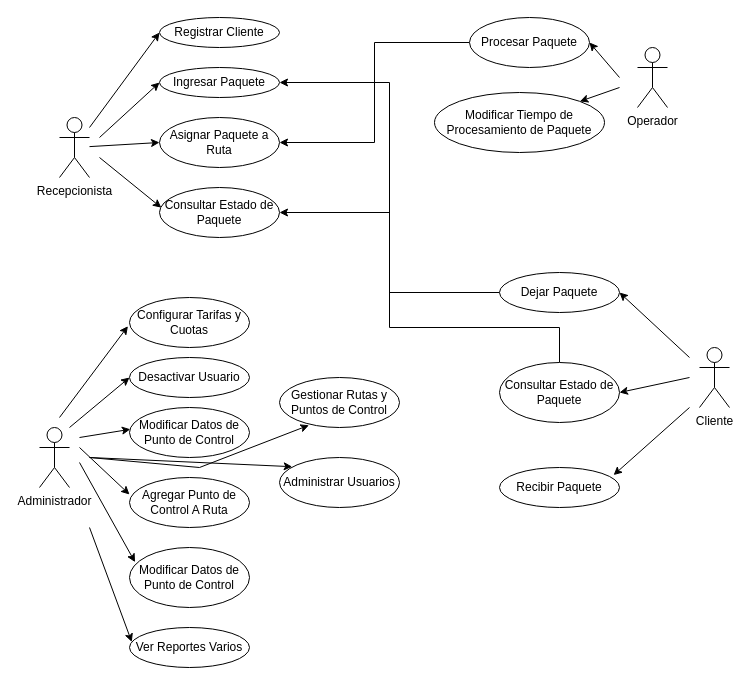
Earlier version of the draw.io diagram documentacion/Manual Tecnico/Archivos editables/Diagrama de Casos de Uso.drawio (German15Ramirez/Software_Paqueteria). Source tidied: cells renumbered, new cells numbered last; positions are measured from the earlier drawing's top-left corner, leaving out a move shared by most shapes. Both pictures are drawn from the tidied source at 100%, with x=0, y=0 at pixel (39, 17).
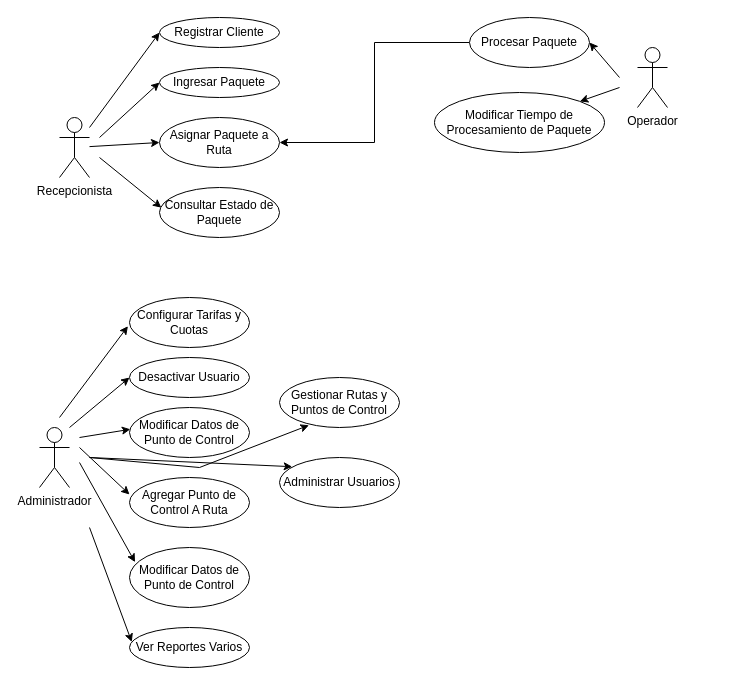
Above is the later version.

The change refers to these unchanged cells:
```xml
<mxCell id="18" value="Consultar Estado de Paquete" style="ellipse;whiteSpace=wrap;html=1;" parent="1" vertex="1">
  <mxGeometry x="120" y="170" width="120" height="50" as="geometry" />
</mxCell>
<mxCell id="20" value="Ingresar Paquete" style="ellipse;whiteSpace=wrap;html=1;" parent="1" vertex="1">
  <mxGeometry x="120" y="50" width="120" height="30" as="geometry" />
</mxCell>
```

Change to the diagram source:
```diff
@@
-    <mxCell id="5" value="Cliente" style="shape=umlActor;verticalLabelPosition=bottom;verticalAlign=top;html=1;" parent="1" vertex="1">
-      <mxGeometry x="660" y="330" width="30" height="60" as="geometry" />
-    </mxCell>
@@
-    <mxCell id="21" style="edgeStyle=orthogonalEdgeStyle;rounded=0;jettySize=auto;html=1;entryX=1;entryY=0.5;entryDx=0;entryDy=0;" parent="1" edge="1" source="22" target="18">
-      <mxGeometry relative="1" as="geometry">
-        <Array as="points">
-          <mxPoint x="520" y="310" />
-          <mxPoint x="350" y="310" />
-          <mxPoint x="350" y="195" />
-        </Array>
-      </mxGeometry>
-    </mxCell>
-    <mxCell id="22" value="Consultar Estado de Paquete" style="ellipse;whiteSpace=wrap;html=1;" parent="1" vertex="1">
-      <mxGeometry x="460" y="345" width="120" height="60" as="geometry" />
-    </mxCell>
-    <mxCell id="23" style="edgeStyle=orthogonalEdgeStyle;rounded=0;jettySize=auto;html=1;entryX=1;entryY=0.5;entryDx=0;entryDy=0;" parent="1" edge="1" source="24" target="20">
-      <mxGeometry relative="1" as="geometry" />
-    </mxCell>
-    <mxCell id="24" value="Dejar Paquete" style="ellipse;whiteSpace=wrap;html=1;" parent="1" vertex="1">
-      <mxGeometry x="460" y="255" width="120" height="40" as="geometry" />
-    </mxCell>
-    <mxCell id="25" value="Recibir Paquete" style="ellipse;whiteSpace=wrap;html=1;" parent="1" vertex="1">
-      <mxGeometry x="460" y="450" width="120" height="40" as="geometry" />
-    </mxCell>
@@
-    <mxCell id="40" style="endArrow=classic;html=1;rounded=0;entryX=1;entryY=0.5;entryDx=0;entryDy=0;" parent="1" edge="1" target="24">
-      <mxGeometry relative="1" as="geometry">
-        <mxPoint x="650" y="340" as="sourcePoint" />
-      </mxGeometry>
-    </mxCell>
-    <mxCell id="41" style="endArrow=classic;html=1;rounded=0;entryX=1;entryY=0.5;entryDx=0;entryDy=0;" parent="1" edge="1" target="22">
-      <mxGeometry relative="1" as="geometry">
-        <mxPoint x="650" y="360" as="sourcePoint" />
-      </mxGeometry>
-    </mxCell>
-    <mxCell id="42" style="endArrow=classic;html=1;rounded=0;entryX=0.951;entryY=0.189;entryDx=0;entryDy=0;entryPerimeter=0;" parent="1" edge="1" target="25">
-      <mxGeometry relative="1" as="geometry">
-        <mxPoint x="650" y="390" as="sourcePoint" />
-      </mxGeometry>
-    </mxCell>
```
